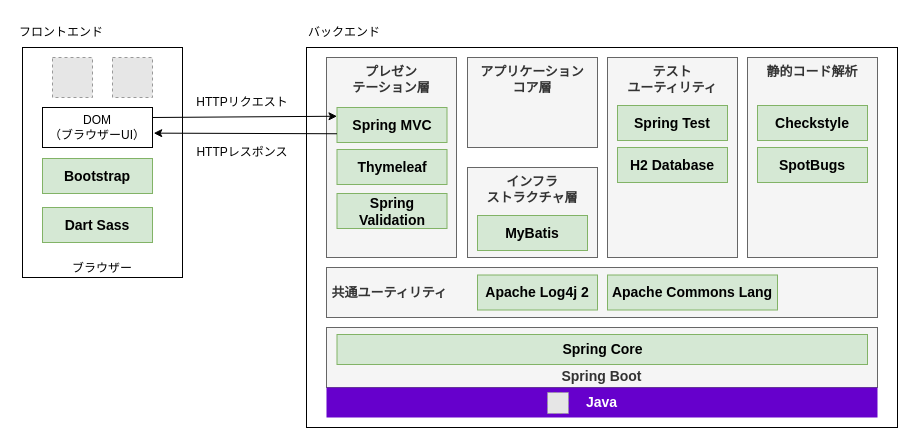
This is documents/_materials/images/app-architecture/server-side-rendering/tech-stack-light.drawio from AlesInfiny/maia, a draw.io file, before an edit. Source tidied: cells renumbered, new cells numbered last; positions are measured from the earlier drawing's top-left corner, leaving out a move shared by most shapes. Both pictures are drawn from the tidied source at 100%, with x=0, y=0 at pixel (17, 17). Pictures stored in the file or linked from it are replaced by grey dashed boxes.
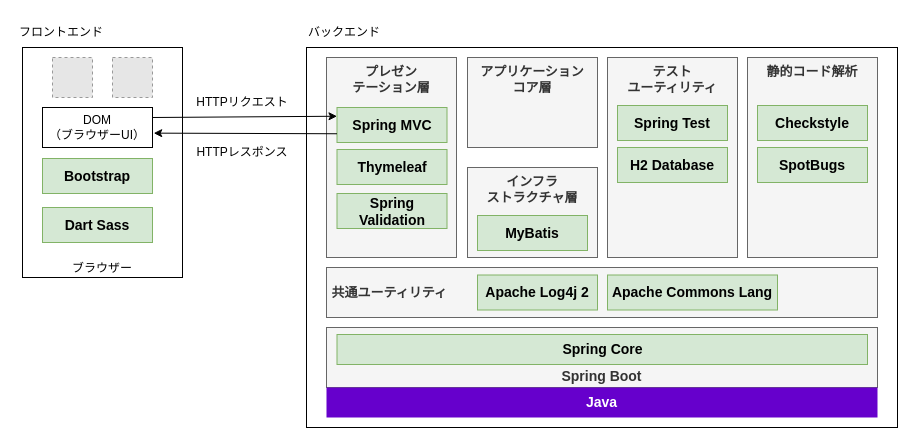
Above is the later version.

Change to the diagram source:
```diff
@@
-    <mxCell id="13" style="fillColor=#E6E6E6;strokeColor=#999999;dashed=1;verticalLabelPosition=bottom;labelBackgroundColor=default;verticalAlign=top;" parent="1" vertex="1">
-      <mxGeometry x="530" y="375" width="21" height="21" as="geometry" />
-    </mxCell>
```
